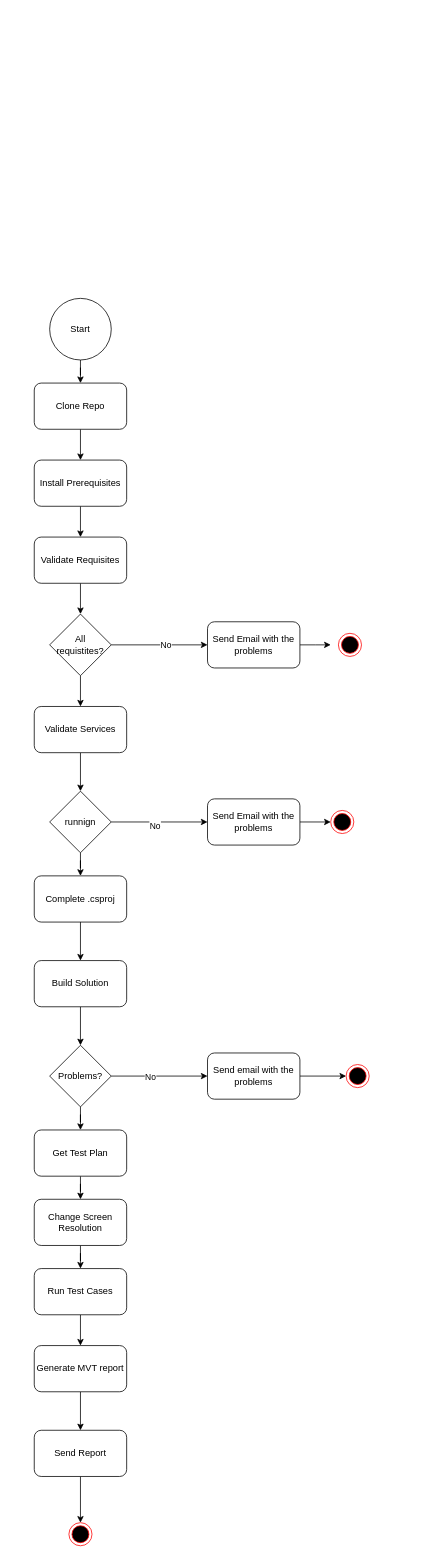
The draw.io diagram page "Diagram" (2 of 2) of Plan.drawio in Daniel-V-aspen/ufttask, before the edit. Source tidied: cells renumbered, new cells numbered last; positions are measured from the earlier drawing's top-left corner, leaving out a move shared by most shapes. Both pictures are drawn from the tidied source at 77%, with x=0, y=0 at pixel (34, 298).
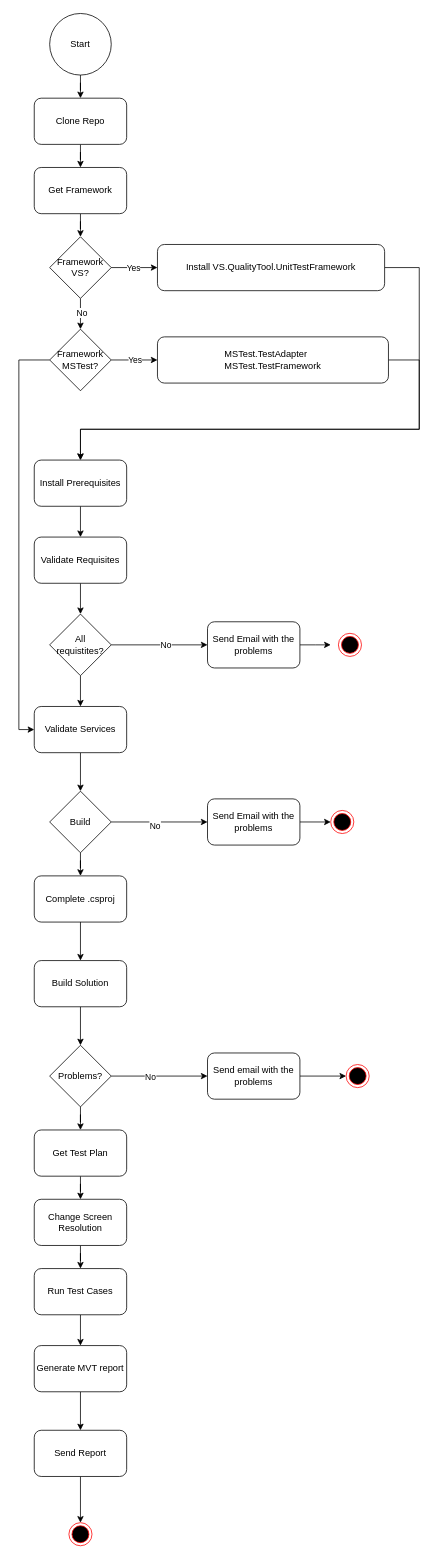
Above is the later version.

The change refers to these unchanged cells:
```xml
<mxCell id="34" value="Install Prerequisites" style="rounded=1;whiteSpace=wrap;html=1;" parent="1" vertex="1">
  <mxGeometry y="210" width="120" height="60" as="geometry" />
</mxCell>
<mxCell id="36" value="Validate Services" style="rounded=1;whiteSpace=wrap;html=1;" parent="1" vertex="1">
  <mxGeometry y="530" width="120" height="60" as="geometry" />
</mxCell>
```

The edit, as a diff of the source:
```diff
@@
     <mxCell id="3" value="Start" style="ellipse;whiteSpace=wrap;html=1;" parent="1" vertex="1">
-      <mxGeometry x="20" width="80" height="80" as="geometry" />
+      <mxGeometry x="20" y="-370" width="80" height="80" as="geometry" />
     </mxCell>
-    <mxCell id="4" style="edgeStyle=orthogonalEdgeStyle;rounded=0;jettySize=auto;html=1;" parent="1" edge="1" source="5" target="34">
-      <mxGeometry relative="1" as="geometry" />
-    </mxCell>
+    <mxCell id="48" style="edgeStyle=orthogonalEdgeStyle;rounded=0;jettySize=auto;html=1;" parent="1" edge="1" source="5" target="50">
+      <mxGeometry relative="1" as="geometry" />
+    </mxCell>
     <mxCell id="5" value="Clone Repo" style="rounded=1;whiteSpace=wrap;html=1;" parent="1" vertex="1">
-      <mxGeometry y="110" width="120" height="60" as="geometry" />
+      <mxGeometry y="-260" width="120" height="60" as="geometry" />
     </mxCell>
@@
-    <mxCell id="40" value="runnign" style="rhombus;whiteSpace=wrap;html=1;" parent="1" vertex="1">
+    <mxCell id="40" value="Build" style="rhombus;whiteSpace=wrap;html=1;" parent="1" vertex="1">
       <mxGeometry x="20" y="640" width="80" height="80" as="geometry" />
     </mxCell>
@@
+    <mxCell id="49" style="edgeStyle=orthogonalEdgeStyle;rounded=0;jettySize=auto;html=1;" parent="1" edge="1" source="50" target="55">
+      <mxGeometry relative="1" as="geometry" />
+    </mxCell>
+    <mxCell id="50" value="Get Framework" style="rounded=1;whiteSpace=wrap;html=1;" parent="1" vertex="1">
+      <mxGeometry y="-170" width="120" height="60" as="geometry" />
+    </mxCell>
+    <mxCell id="51" style="edgeStyle=orthogonalEdgeStyle;rounded=0;jettySize=auto;html=1;" parent="1" edge="1" source="55" target="57">
+      <mxGeometry relative="1" as="geometry" />
+    </mxCell>
+    <mxCell id="52" value="Yes" style="edgeLabel;html=1;align=center;verticalAlign=middle;" parent="51" vertex="1">
+      <mxGeometry x="-0.06" relative="1" as="geometry" />
+    </mxCell>
+    <mxCell id="53" style="edgeStyle=orthogonalEdgeStyle;rounded=0;jettySize=auto;html=1;" parent="1" edge="1" source="55" target="61">
+      <mxGeometry relative="1" as="geometry" />
+    </mxCell>
+    <mxCell id="54" value="No" style="edgeLabel;html=1;align=center;verticalAlign=middle;" parent="53" vertex="1">
+      <mxGeometry x="-0.11" y="1" relative="1" as="geometry" />
+    </mxCell>
+    <mxCell id="55" value="Framework VS?" style="rhombus;whiteSpace=wrap;html=1;" parent="1" vertex="1">
+      <mxGeometry x="20" y="-80" width="80" height="80" as="geometry" />
+    </mxCell>
+    <mxCell id="56" style="edgeStyle=orthogonalEdgeStyle;rounded=0;jettySize=auto;html=1;" parent="1" edge="1" source="57" target="34">
+      <mxGeometry relative="1" as="geometry">
+        <Array as="points">
+          <mxPoint x="500" y="-40" />
+          <mxPoint x="500" y="170" />
+          <mxPoint x="60" y="170" />
+        </Array>
+      </mxGeometry>
+    </mxCell>
+    <mxCell id="57" value="Install VS.QualityTool.UnitTestFramework" style="rounded=1;whiteSpace=wrap;html=1;" parent="1" vertex="1">
+      <mxGeometry x="160" y="-70" width="295" height="60" as="geometry" />
+    </mxCell>
+    <mxCell id="58" style="edgeStyle=orthogonalEdgeStyle;rounded=0;jettySize=auto;html=1;" parent="1" edge="1" source="61" target="63">
+      <mxGeometry relative="1" as="geometry" />
+    </mxCell>
+    <mxCell id="59" value="Yes" style="edgeLabel;html=1;align=center;verticalAlign=middle;" parent="58" vertex="1">
+      <mxGeometry y="-4" relative="1" as="geometry">
+        <mxPoint y="-4" as="offset" />
+      </mxGeometry>
+    </mxCell>
+    <mxCell id="60" style="edgeStyle=orthogonalEdgeStyle;rounded=0;jettySize=auto;html=1;entryX=0;entryY=0.5;entryDx=0;entryDy=0;" parent="1" edge="1" source="61" target="36">
+      <mxGeometry relative="1" as="geometry">
+        <Array as="points">
+          <mxPoint x="-20" y="80" />
+          <mxPoint x="-20" y="560" />
+        </Array>
+      </mxGeometry>
+    </mxCell>
+    <mxCell id="61" value="Framework MSTest?" style="rhombus;whiteSpace=wrap;html=1;" parent="1" vertex="1">
+      <mxGeometry x="20" y="40" width="80" height="80" as="geometry" />
+    </mxCell>
+    <mxCell id="62" style="edgeStyle=orthogonalEdgeStyle;rounded=0;jettySize=auto;html=1;entryX=0.5;entryY=0;entryDx=0;entryDy=0;" parent="1" edge="1" source="63" target="34">
+      <mxGeometry relative="1" as="geometry">
+        <Array as="points">
+          <mxPoint x="500" y="80" />
+          <mxPoint x="500" y="170" />
+          <mxPoint x="60" y="170" />
+          <mxPoint x="60" y="210" />
+        </Array>
+      </mxGeometry>
+    </mxCell>
+    <mxCell id="63" value="&lt;div style=&quot;text-align: left;&quot;&gt;&lt;span style=&quot;background-color: initial;&quot;&gt;MSTest.TestAdapter&lt;/span&gt;&lt;/div&gt;&lt;div style=&quot;text-align: left;&quot;&gt;&lt;span style=&quot;background-color: initial;&quot;&gt;MSTest.TestFramework&lt;/span&gt;&lt;/div&gt;" style="rounded=1;whiteSpace=wrap;html=1;" parent="1" vertex="1">
+      <mxGeometry x="160" y="50" width="300" height="60" as="geometry" />
+    </mxCell>
```
